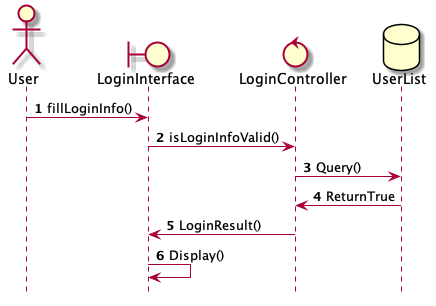
wwyf/Waterfall keeps this PlantUML diagram as report/figure/sequenceDiagram/sd_login.png. Above is the earlier version.
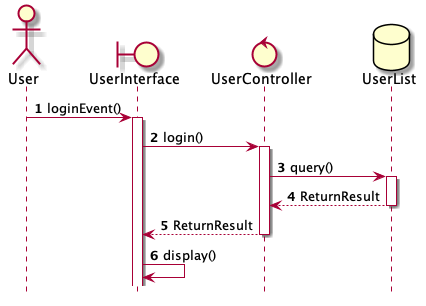
Above is the later version.

Diff of the diagram source:
```diff
@@ -2,16 +2,26 @@
 	hide footbox
 
 	actor User as act
-	boundary LoginInterface as bou
-	control LoginController as con
+	boundary UserInterface as bou
+	control UserController as con
 	database UserList as db
 
 	autonumber
-	act -> bou : fillLoginInfo()
-	bou -> con : isLoginInfoValid()
-	con -> db : Query()
-	db -> con : ReturnTrue
-	con -> bou : LoginResult()
-	bou -> bou : Display()
+	act -> bou : loginEvent()
+	activate bou
+
+	bou -> con : login()
+	activate con
+
+	con -> db : query()
+	activate db
+
+	db --> con : ReturnResult
+	deactivate db
+
+	con --> bou : ReturnResult
+	deactivate con
+
+	bou -> bou : display()
 
 @enduml
```
